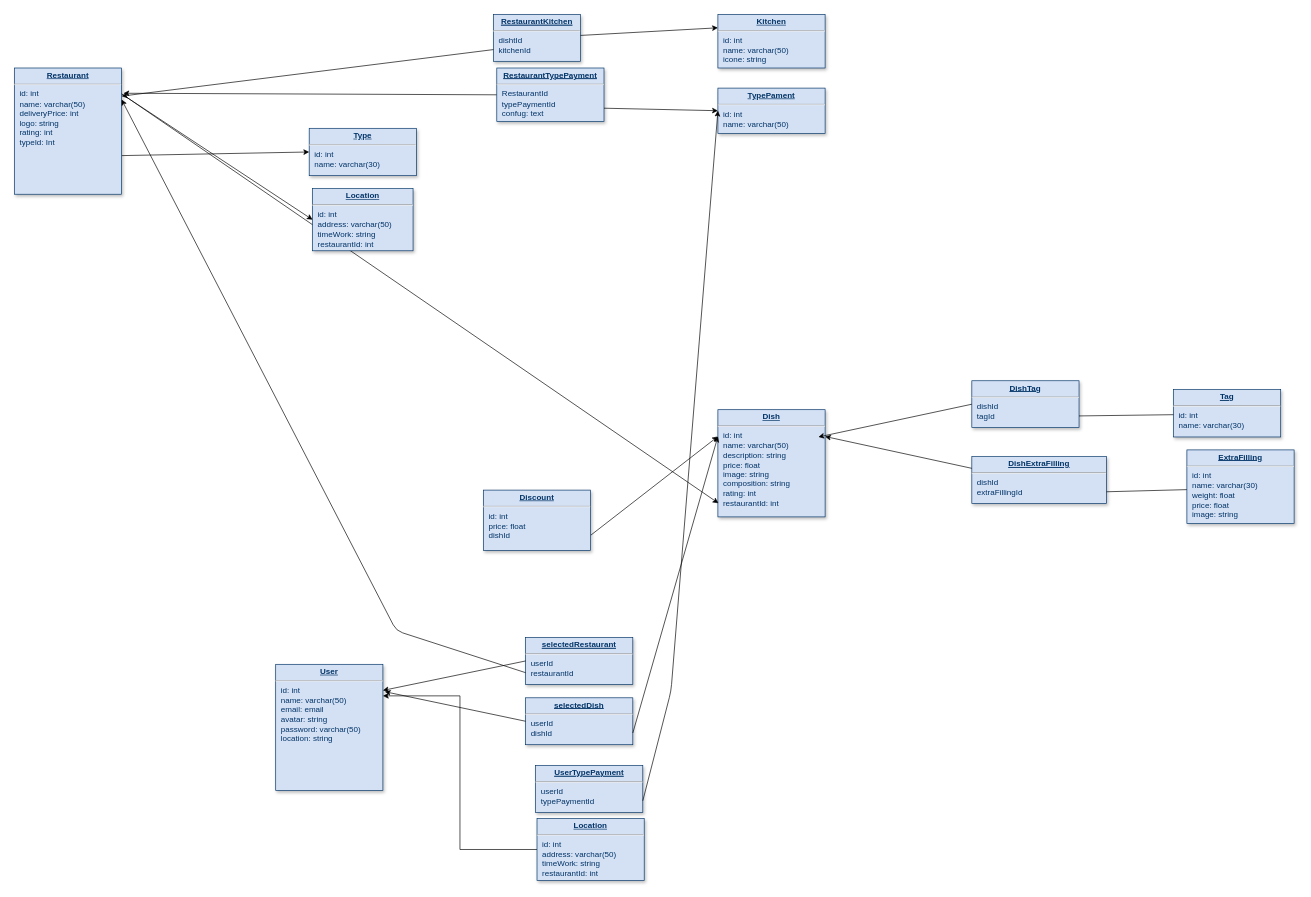
Above: Untitled Diagram.drawio in YuraBobeshko/Food (draw.io), before the change. Source tidied: cells renumbered, new cells numbered last; positions are measured from the earlier drawing's top-left corner, leaving out a move shared by most shapes. Both pictures are drawn from the tidied source at 67%, with x=0, y=0 at pixel (14, 14).
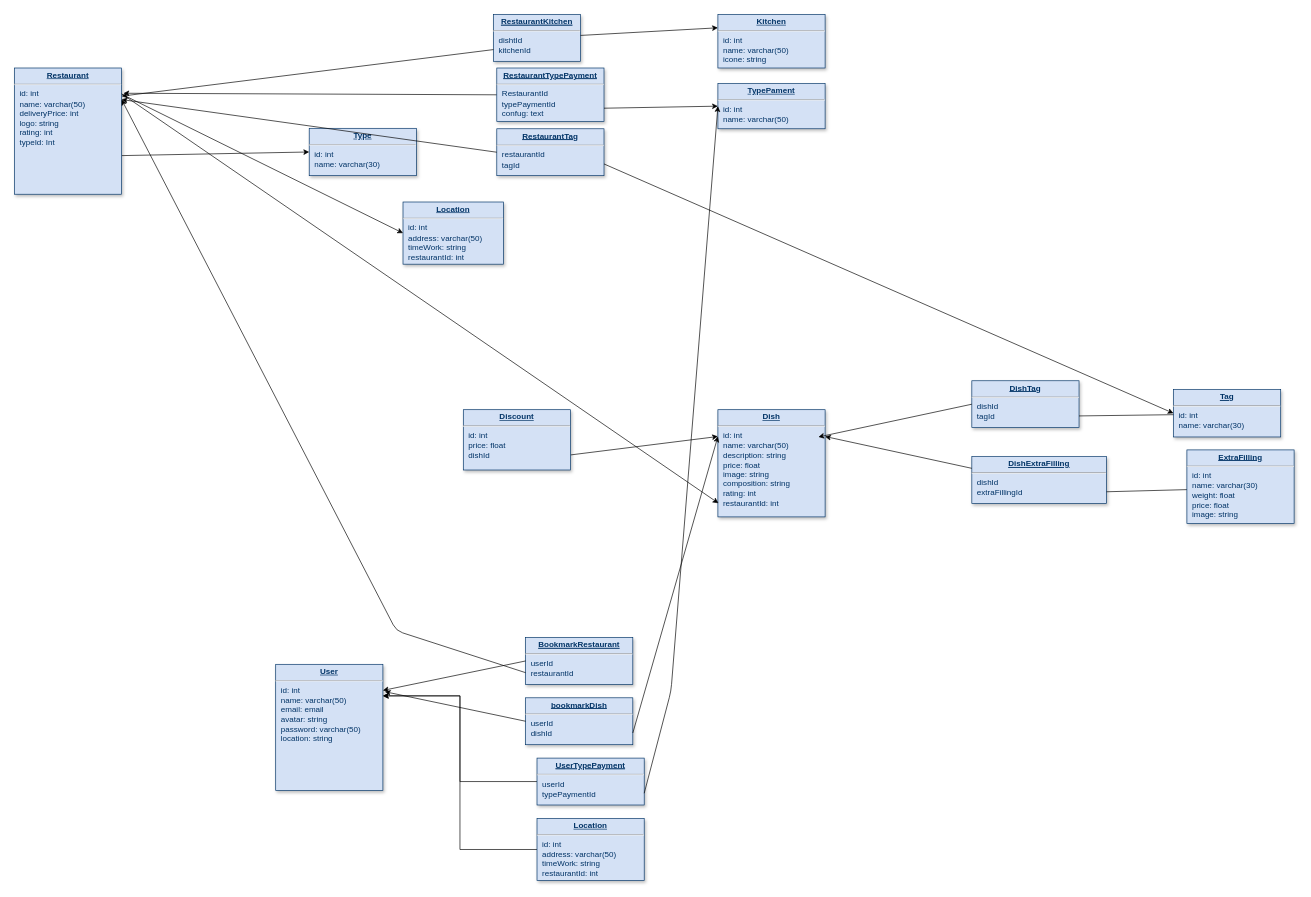
After the change.

Unchanged cells that the change refers to:
```xml
<mxCell id="3" value="&lt;p style=&quot;margin: 4px 0px 0px ; text-align: center&quot;&gt;&lt;b&gt;&lt;u&gt;Restaurant&lt;/u&gt;&lt;/b&gt;&lt;br&gt;&lt;/p&gt;&lt;hr&gt;&lt;p style=&quot;margin: 0px ; margin-left: 8px&quot;&gt;id: int&lt;br&gt;name: varchar(50)&lt;br&gt;deliveryPrice: int&lt;br&gt;logo: string&lt;br&gt;rating: int&lt;br&gt;typeId: Int&lt;br&gt;&lt;br&gt;&lt;br&gt;&lt;/p&gt;" style="verticalAlign=top;align=left;overflow=fill;fontSize=12;fontFamily=Helvetica;html=1;strokeColor=#003366;shadow=1;fillColor=#D4E1F5;fontColor=#003366;" parent="1" vertex="1">
  <mxGeometry y="80" width="160" height="188.4" as="geometry" />
</mxCell>
<mxCell id="19" value="&lt;p style=&quot;margin: 0px ; margin-top: 4px ; text-align: center ; text-decoration: underline&quot;&gt;&lt;b&gt;&lt;u&gt;Tag&lt;/u&gt;&lt;/b&gt;&lt;br&gt;&lt;/p&gt;&lt;hr&gt;&lt;p style=&quot;margin: 0px ; margin-left: 8px&quot;&gt;id: int&lt;br&gt;name: varchar(30)&lt;/p&gt;&lt;p style=&quot;margin: 0px ; margin-left: 8px&quot;&gt;&lt;br&gt;&lt;/p&gt;" style="verticalAlign=top;align=left;overflow=fill;fontSize=12;fontFamily=Helvetica;html=1;strokeColor=#003366;shadow=1;fillColor=#D4E1F5;fontColor=#003366;" parent="1" vertex="1">
  <mxGeometry x="1730" y="560" width="160" height="70.7" as="geometry" />
</mxCell>
<mxCell id="28" value="&lt;p style=&quot;margin: 4px 0px 0px ; text-align: center&quot;&gt;&lt;b&gt;&lt;u&gt;User&lt;/u&gt;&lt;/b&gt;&lt;br&gt;&lt;/p&gt;&lt;hr&gt;&lt;p style=&quot;margin: 0px ; margin-left: 8px&quot;&gt;id: int&lt;br&gt;name: varchar(50)&lt;br&gt;email: email&lt;br&gt;avatar: string&lt;br&gt;password: varchar(50)&lt;br&gt;location: string&lt;br&gt;&lt;br&gt;&lt;br&gt;&lt;br&gt;&lt;/p&gt;" style="verticalAlign=top;align=left;overflow=fill;fontSize=12;fontFamily=Helvetica;html=1;strokeColor=#003366;shadow=1;fillColor=#D4E1F5;fontColor=#003366;" parent="1" vertex="1">
  <mxGeometry x="390" y="970" width="160" height="188.4" as="geometry" />
</mxCell>
```

Diff of the diagram source:
```diff
@@
+    <mxCell id="45" style="edgeStyle=orthogonalEdgeStyle;rounded=0;jettySize=auto;html=1;exitX=0;exitY=0.5;exitDx=0;exitDy=0;entryX=1;entryY=0.25;entryDx=0;entryDy=0;" parent="1" edge="1" source="4" target="28">
+      <mxGeometry relative="1" as="geometry" />
+    </mxCell>
     <mxCell id="4" value="&lt;p style=&quot;margin: 0px ; margin-top: 4px ; text-align: center ; text-decoration: underline&quot;&gt;&lt;b&gt;&lt;u&gt;UserTypePayment&lt;/u&gt;&lt;/b&gt;&lt;br&gt;&lt;/p&gt;&lt;hr&gt;&lt;p style=&quot;margin: 0px ; margin-left: 8px&quot;&gt;userId&lt;/p&gt;&lt;p style=&quot;margin: 0px ; margin-left: 8px&quot;&gt;typePaymentId&lt;/p&gt;" style="verticalAlign=top;align=left;overflow=fill;fontSize=12;fontFamily=Helvetica;html=1;strokeColor=#003366;shadow=1;fillColor=#D4E1F5;fontColor=#003366;" parent="1" vertex="1">
-      <mxGeometry x="777.9" y="1121.2" width="160" height="70" as="geometry" />
+      <mxGeometry x="780" y="1110" width="160" height="70" as="geometry" />
     </mxCell>
@@
     <mxCell id="6" value="&lt;p style=&quot;margin: 0px ; margin-top: 4px ; text-align: center ; text-decoration: underline&quot;&gt;&lt;strong&gt;TypePament&lt;/strong&gt;&lt;/p&gt;&lt;hr&gt;&lt;p style=&quot;margin: 0px ; margin-left: 8px&quot;&gt;id: int&lt;br&gt;name: varchar(50)&lt;br&gt;&lt;br&gt;&lt;/p&gt;" style="verticalAlign=top;align=left;overflow=fill;fontSize=12;fontFamily=Helvetica;html=1;strokeColor=#003366;shadow=1;fillColor=#D4E1F5;fontColor=#003366;" parent="1" vertex="1">
-      <mxGeometry x="1050" y="110" width="160" height="67.5" as="geometry" />
+      <mxGeometry x="1050" y="103.2" width="160" height="67.5" as="geometry" />
     </mxCell>
@@
     <mxCell id="27" value="&lt;p style=&quot;margin: 4px 0px 0px ; text-align: center&quot;&gt;&lt;b&gt;&lt;u&gt;Discount&lt;/u&gt;&lt;/b&gt;&lt;br&gt;&lt;/p&gt;&lt;hr&gt;&lt;p style=&quot;margin: 0px ; margin-left: 8px&quot;&gt;id: int&lt;br&gt;price: float&lt;br&gt;dishId&lt;/p&gt;" style="verticalAlign=top;align=left;overflow=fill;fontSize=12;fontFamily=Helvetica;html=1;strokeColor=#003366;shadow=1;fillColor=#D4E1F5;fontColor=#003366;" parent="1" vertex="1">
-      <mxGeometry x="700" y="710" width="160" height="90" as="geometry" />
+      <mxGeometry x="670" y="590" width="160" height="90" as="geometry" />
     </mxCell>
@@
-    <mxCell id="29" value="&lt;p style=&quot;margin: 0px ; margin-top: 4px ; text-align: center ; text-decoration: underline&quot;&gt;&lt;b&gt;&lt;u&gt;selectedRestaurant&lt;/u&gt;&lt;/b&gt;&lt;br&gt;&lt;/p&gt;&lt;hr&gt;&lt;p style=&quot;margin: 0px ; margin-left: 8px&quot;&gt;userId&lt;br&gt;restaurantId&lt;br&gt;&lt;/p&gt;" style="verticalAlign=top;align=left;overflow=fill;fontSize=12;fontFamily=Helvetica;html=1;strokeColor=#003366;shadow=1;fillColor=#D4E1F5;fontColor=#003366;" parent="1" vertex="1">
+    <mxCell id="29" value="&lt;p style=&quot;margin: 0px ; margin-top: 4px ; text-align: center ; text-decoration: underline&quot;&gt;&lt;b&gt;&lt;u&gt;BookmarkRestaurant&lt;/u&gt;&lt;/b&gt;&lt;br&gt;&lt;/p&gt;&lt;hr&gt;&lt;p style=&quot;margin: 0px ; margin-left: 8px&quot;&gt;userId&lt;br&gt;restaurantId&lt;br&gt;&lt;/p&gt;" style="verticalAlign=top;align=left;overflow=fill;fontSize=12;fontFamily=Helvetica;html=1;strokeColor=#003366;shadow=1;fillColor=#D4E1F5;fontColor=#003366;" parent="1" vertex="1">
       <mxGeometry x="763" y="930" width="160" height="70" as="geometry" />
     </mxCell>
@@
-    <mxCell id="31" value="&lt;p style=&quot;margin: 0px ; margin-top: 4px ; text-align: center ; text-decoration: underline&quot;&gt;&lt;b&gt;&lt;u&gt;selectedDish&lt;/u&gt;&lt;/b&gt;&lt;br&gt;&lt;/p&gt;&lt;hr&gt;&lt;p style=&quot;margin: 0px ; margin-left: 8px&quot;&gt;userId&lt;br&gt;dishId&lt;br&gt;&lt;/p&gt;" style="verticalAlign=top;align=left;overflow=fill;fontSize=12;fontFamily=Helvetica;html=1;strokeColor=#003366;shadow=1;fillColor=#D4E1F5;fontColor=#003366;" parent="1" vertex="1">
+    <mxCell id="31" value="&lt;p style=&quot;margin: 0px ; margin-top: 4px ; text-align: center ; text-decoration: underline&quot;&gt;&lt;b&gt;&lt;u&gt;bookmarkDish&lt;/u&gt;&lt;/b&gt;&lt;br&gt;&lt;/p&gt;&lt;hr&gt;&lt;p style=&quot;margin: 0px ; margin-left: 8px&quot;&gt;userId&lt;br&gt;dishId&lt;br&gt;&lt;/p&gt;" style="verticalAlign=top;align=left;overflow=fill;fontSize=12;fontFamily=Helvetica;html=1;strokeColor=#003366;shadow=1;fillColor=#D4E1F5;fontColor=#003366;" parent="1" vertex="1">
       <mxGeometry x="763" y="1020" width="160" height="70" as="geometry" />
     </mxCell>
@@
     <mxCell id="37" value="&lt;p style=&quot;margin: 0px ; margin-top: 4px ; text-align: center ; text-decoration: underline&quot;&gt;&lt;span style=&quot;text-align: left&quot;&gt;&lt;b&gt;Location&lt;/b&gt;&lt;/span&gt;&lt;br&gt;&lt;/p&gt;&lt;hr&gt;&lt;p style=&quot;margin: 0px ; margin-left: 8px&quot;&gt;id: int&lt;br&gt;address&lt;span&gt;: varchar(50)&lt;/span&gt;&lt;/p&gt;&lt;p style=&quot;margin: 0px ; margin-left: 8px&quot;&gt;timeWork: string&lt;br&gt;restaurantId: int&lt;br&gt;&lt;/p&gt;&lt;p style=&quot;margin: 0px ; margin-left: 8px&quot;&gt;&lt;br&gt;&lt;br&gt;&lt;/p&gt;" style="verticalAlign=top;align=left;overflow=fill;fontSize=12;fontFamily=Helvetica;html=1;strokeColor=#003366;shadow=1;fillColor=#D4E1F5;fontColor=#003366;" parent="1" vertex="1">
-      <mxGeometry x="445" y="260" width="150" height="92.8" as="geometry" />
+      <mxGeometry x="580" y="280" width="150" height="92.8" as="geometry" />
     </mxCell>
@@
+    <mxCell id="46" value="&lt;p style=&quot;margin: 0px ; margin-top: 4px ; text-align: center ; text-decoration: underline&quot;&gt;&lt;b&gt;&lt;u&gt;RestaurantTag&lt;/u&gt;&lt;/b&gt;&lt;br&gt;&lt;/p&gt;&lt;hr&gt;&lt;p style=&quot;margin: 0px ; margin-left: 8px&quot;&gt;restaurantId&lt;br&gt;&lt;span style=&quot;text-align: center&quot;&gt;tagId&lt;/span&gt;&lt;/p&gt;&lt;p style=&quot;margin: 0px ; margin-left: 8px&quot;&gt;&lt;br&gt;&lt;/p&gt;" style="verticalAlign=top;align=left;overflow=fill;fontSize=12;fontFamily=Helvetica;html=1;strokeColor=#003366;shadow=1;fillColor=#D4E1F5;fontColor=#003366;" parent="1" vertex="1">
+      <mxGeometry x="720" y="170.7" width="160" height="70" as="geometry" />
+    </mxCell>
+    <mxCell id="47" style="endArrow=classic;html=1;exitX=1;exitY=0.75;exitDx=0;exitDy=0;entryX=0;entryY=0.5;entryDx=0;entryDy=0;" parent="1" edge="1" source="46" target="19">
+      <mxGeometry relative="1" as="geometry" />
+    </mxCell>
+    <mxCell id="48" style="endArrow=classic;html=1;exitX=0;exitY=0.5;exitDx=0;exitDy=0;entryX=1;entryY=0.25;entryDx=0;entryDy=0;" parent="1" edge="1" source="46" target="3">
+      <mxGeometry relative="1" as="geometry" />
+    </mxCell>
```
